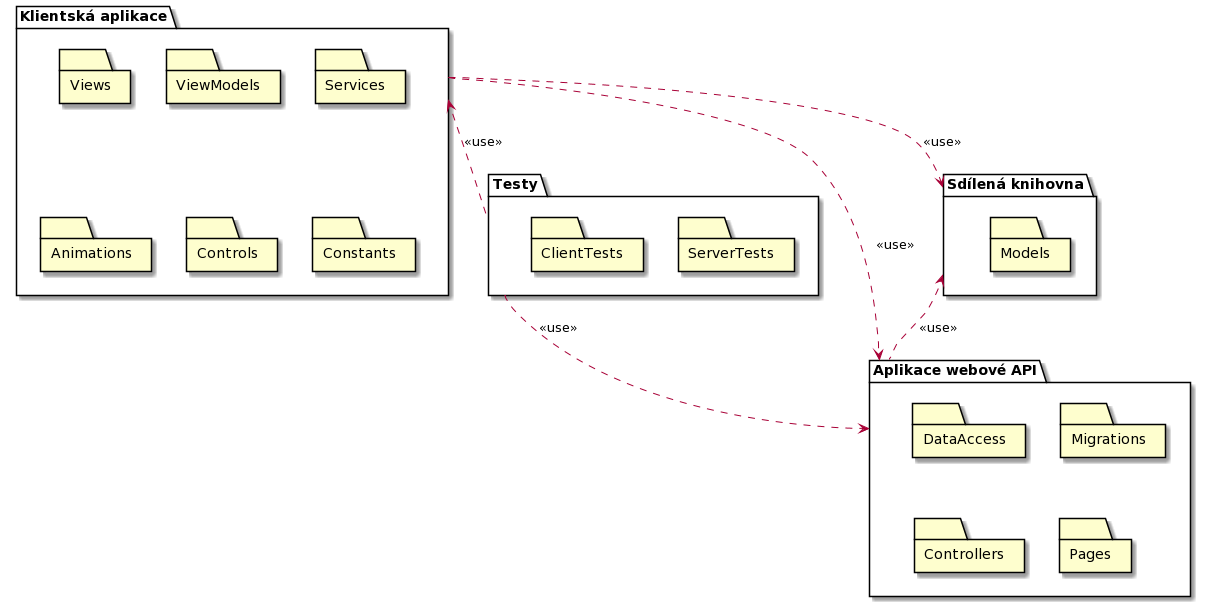
Earlier version of the PlantUML export dokumentace architektury/architektura 1/assets/prodejni_system_high_level_module_view.png (MichalMoudry/4IT575-seminarni-prace).
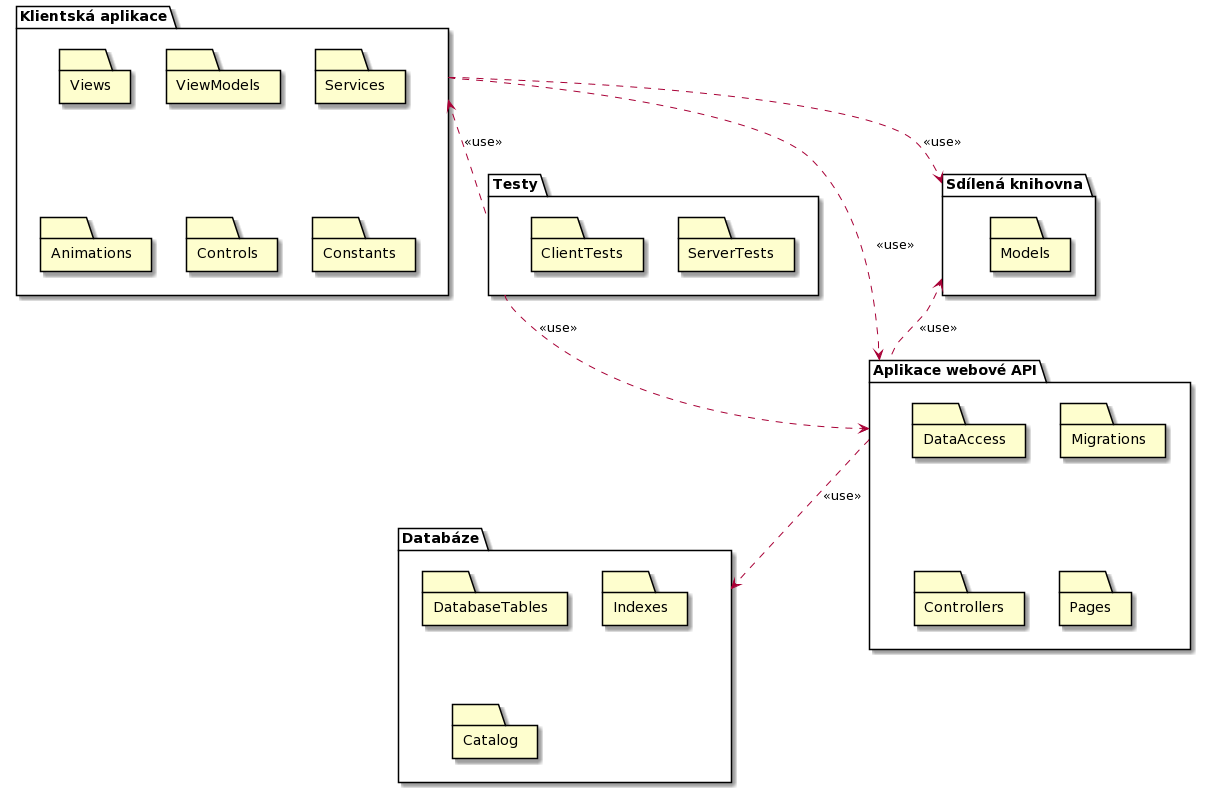
The same diagram one commit later.

Commit message:
Changes to module view

Change to the diagram source:
```diff
@@ -41,6 +41,16 @@
 
 }
 
+package "Databáze" as db {
+
+    folder "DatabaseTables"
+
+    folder "Indexes"
+
+    folder "Catalog"
+
+}
+
 webApp .up.> sharedLibrary : "<<use>>"
 
 clientApp ..> sharedLibrary : "<<use>>"
@@ -50,4 +60,6 @@
 tests .left.> clientApp : "<<use>>"
 
 tests .down.> webApp : "<<use>>"
+
+webApp ..> db : "<<use>>"
 @enduml
```
